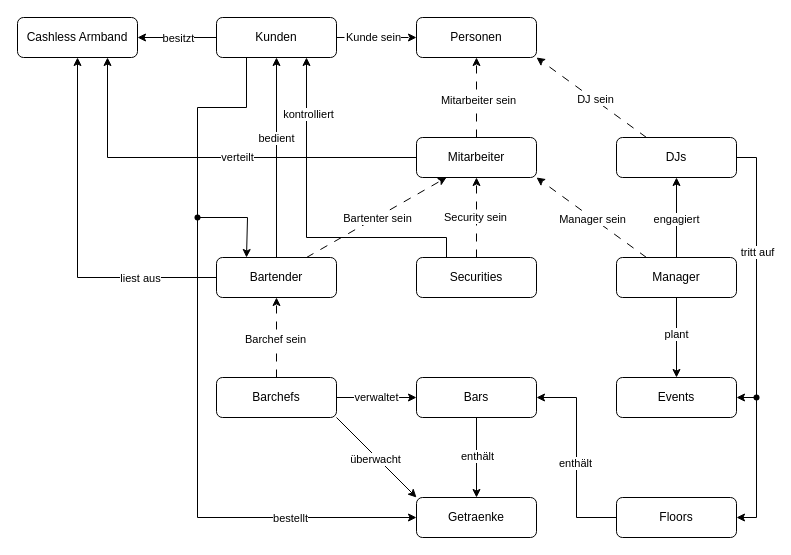
The draw.io diagram DBNachtclub.drawio in tobiasenger/zeichnungen, before the edit. Source tidied: cells renumbered, new cells numbered last; positions are measured from the earlier drawing's top-left corner, leaving out a move shared by most shapes. Both pictures are drawn from the tidied source at 100%, with x=0, y=0 at pixel (17, 17).
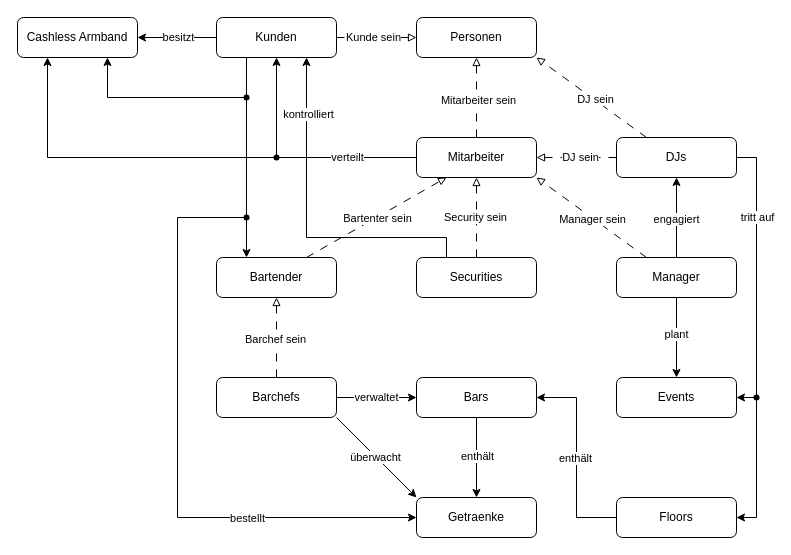
The same page after the edit.

Unchanged cells that the change refers to:
```xml
<mxCell id="2" value="Personen" style="rounded=1;whiteSpace=wrap;html=1;" parent="1" vertex="1">
  <mxGeometry x="399" width="120" height="40" as="geometry" />
</mxCell>
<mxCell id="5" style="edgeStyle=orthogonalEdgeStyle;rounded=0;jettySize=auto;html=1;exitX=0;exitY=0.5;exitDx=0;exitDy=0;entryX=1;entryY=0.5;entryDx=0;entryDy=0;" parent="1" edge="1" source="9" target="52">
  <mxGeometry relative="1" as="geometry" />
</mxCell>
<mxCell id="9" value="Kunden" style="rounded=1;whiteSpace=wrap;html=1;" parent="1" vertex="1">
  <mxGeometry x="199" width="120" height="40" as="geometry" />
</mxCell>
<mxCell id="16" value="Manager" style="rounded=1;whiteSpace=wrap;html=1;" parent="1" vertex="1">
  <mxGeometry x="599" y="240" width="120" height="40" as="geometry" />
</mxCell>
<mxCell id="21" value="Securities" style="rounded=1;whiteSpace=wrap;html=1;" parent="1" vertex="1">
  <mxGeometry x="399" y="240" width="120" height="40" as="geometry" />
</mxCell>
<mxCell id="26" value="Mitarbeiter" style="rounded=1;whiteSpace=wrap;html=1;" parent="1" vertex="1">
  <mxGeometry x="399" y="120" width="120" height="40" as="geometry" />
</mxCell>
<mxCell id="31" style="edgeStyle=orthogonalEdgeStyle;rounded=0;jettySize=auto;html=1;exitX=0;exitY=0.5;exitDx=0;exitDy=0;entryX=1;entryY=0.5;entryDx=0;entryDy=0;" parent="1" edge="1" source="33" target="29">
  <mxGeometry relative="1" as="geometry" />
</mxCell>
<mxCell id="34" style="edgeStyle=orthogonalEdgeStyle;rounded=0;jettySize=auto;html=1;exitX=1;exitY=0.5;exitDx=0;exitDy=0;entryX=1;entryY=0.5;entryDx=0;entryDy=0;" parent="1" edge="1" source="36" target="33">
  <mxGeometry relative="1" as="geometry" />
</mxCell>
<mxCell id="36" value="DJs" style="rounded=1;whiteSpace=wrap;html=1;" parent="1" vertex="1">
  <mxGeometry x="599" y="120" width="120" height="40" as="geometry" />
</mxCell>
<mxCell id="41" style="rounded=0;jettySize=auto;html=1;exitX=1;exitY=1;exitDx=0;exitDy=0;entryX=0;entryY=0;entryDx=0;entryDy=0;" parent="1" edge="1" source="43" target="44">
  <mxGeometry relative="1" as="geometry" />
</mxCell>
<mxCell id="43" value="Barchefs" style="rounded=1;whiteSpace=wrap;html=1;" parent="1" vertex="1">
  <mxGeometry x="199" y="360" width="120" height="40" as="geometry" />
</mxCell>
<mxCell id="44" value="Getraenke" style="rounded=1;whiteSpace=wrap;html=1;" parent="1" vertex="1">
  <mxGeometry x="399" y="480" width="120" height="40" as="geometry" />
</mxCell>
<mxCell id="49" value="Bartender" style="rounded=1;whiteSpace=wrap;html=1;" parent="1" vertex="1">
  <mxGeometry x="199" y="240" width="120" height="40" as="geometry" />
</mxCell>
<mxCell id="52" value="Cashless Armband" style="rounded=1;whiteSpace=wrap;html=1;" parent="1" vertex="1">
  <mxGeometry width="120" height="40" as="geometry" />
</mxCell>
```

Diff of the diagram source:
```diff
@@
-    <mxCell id="3" style="edgeStyle=orthogonalEdgeStyle;rounded=0;jettySize=auto;html=1;exitX=1;exitY=0.5;exitDx=0;exitDy=0;entryX=0;entryY=0.5;entryDx=0;entryDy=0;dashed=1;dashPattern=8 8;strokeWidth=1;" parent="1" edge="1" source="9" target="2">
+    <mxCell id="3" style="edgeStyle=orthogonalEdgeStyle;rounded=0;jettySize=auto;html=1;exitX=1;exitY=0.5;exitDx=0;exitDy=0;entryX=0;entryY=0.5;entryDx=0;entryDy=0;dashed=1;dashPattern=8 8;strokeWidth=1;endArrow=block;endFill=0;" parent="1" edge="1" source="9" target="2">
       <mxGeometry relative="1" as="geometry" />
     </mxCell>
@@
     <mxCell id="6" value="besitzt" style="edgeLabel;html=1;align=center;verticalAlign=middle;" parent="5" vertex="1">
       <mxGeometry x="0.09" y="2" relative="1" as="geometry">
-        <mxPoint x="4" y="-2" as="offset" />
+        <mxPoint x="4" y="-3" as="offset" />
       </mxGeometry>
     </mxCell>
-    <mxCell id="7" style="edgeStyle=orthogonalEdgeStyle;rounded=0;jettySize=auto;html=1;exitX=0.25;exitY=1;exitDx=0;exitDy=0;entryX=0;entryY=0.5;entryDx=0;entryDy=0;" parent="1" edge="1" source="9" target="44">
-      <mxGeometry relative="1" as="geometry">
-        <Array as="points">
-          <mxPoint x="229" y="90" />
-          <mxPoint x="180" y="90" />
-          <mxPoint x="180" y="500" />
-        </Array>
-      </mxGeometry>
-    </mxCell>
-    <mxCell id="8" value="bestellt" style="edgeLabel;html=1;align=center;verticalAlign=middle;" parent="7" vertex="1">
-      <mxGeometry x="0.65" y="-1" relative="1" as="geometry">
-        <mxPoint y="-1" as="offset" />
-      </mxGeometry>
-    </mxCell>
+    <mxCell id="60" style="edgeStyle=orthogonalEdgeStyle;rounded=0;jettySize=auto;html=1;exitX=0.25;exitY=1;exitDx=0;exitDy=0;entryX=0.25;entryY=0;entryDx=0;entryDy=0;" parent="1" edge="1" source="9" target="49">
+      <mxGeometry relative="1" as="geometry" />
+    </mxCell>
@@
-    <mxCell id="10" style="rounded=0;jettySize=auto;html=1;exitX=0.25;exitY=0;exitDx=0;exitDy=0;entryX=1;entryY=1;entryDx=0;entryDy=0;dashed=1;dashPattern=8 8;strokeWidth=1;" parent="1" edge="1" source="16" target="26">
+    <mxCell id="10" style="rounded=0;jettySize=auto;html=1;exitX=0.25;exitY=0;exitDx=0;exitDy=0;entryX=1;entryY=1;entryDx=0;entryDy=0;dashed=1;dashPattern=8 8;strokeWidth=1;endArrow=block;endFill=0;" parent="1" edge="1" source="16" target="26">
       <mxGeometry relative="1" as="geometry" />
     </mxCell>
@@
-    <mxCell id="17" style="edgeStyle=orthogonalEdgeStyle;rounded=0;jettySize=auto;html=1;exitX=0.5;exitY=0;exitDx=0;exitDy=0;entryX=0.5;entryY=1;entryDx=0;entryDy=0;dashed=1;dashPattern=8 8;strokeWidth=1;" parent="1" edge="1" source="21" target="26">
+    <mxCell id="17" style="edgeStyle=orthogonalEdgeStyle;rounded=0;jettySize=auto;html=1;exitX=0.5;exitY=0;exitDx=0;exitDy=0;entryX=0.5;entryY=1;entryDx=0;entryDy=0;dashed=1;dashPattern=8 8;strokeWidth=1;endArrow=block;endFill=0;" parent="1" edge="1" source="21" target="26">
       <mxGeometry relative="1" as="geometry">
         <Array as="points">
           <mxPoint x="459" y="200" />
           <mxPoint x="459" y="200" />
         </Array>
       </mxGeometry>
     </mxCell>
@@
-    <mxCell id="22" style="edgeStyle=orthogonalEdgeStyle;rounded=0;jettySize=auto;html=1;exitX=0.5;exitY=0;exitDx=0;exitDy=0;entryX=0.5;entryY=1;entryDx=0;entryDy=0;dashed=1;dashPattern=8 8;strokeWidth=1;" parent="1" edge="1" source="26" target="2">
+    <mxCell id="22" style="edgeStyle=orthogonalEdgeStyle;rounded=0;jettySize=auto;html=1;exitX=0.5;exitY=0;exitDx=0;exitDy=0;entryX=0.5;entryY=1;entryDx=0;entryDy=0;dashed=1;dashPattern=8 8;strokeWidth=1;endArrow=block;endFill=0;" parent="1" edge="1" source="26" target="2">
       <mxGeometry relative="1" as="geometry" />
     </mxCell>
@@
-    <mxCell id="24" style="edgeStyle=orthogonalEdgeStyle;rounded=0;jettySize=auto;html=1;exitX=0;exitY=0.5;exitDx=0;exitDy=0;entryX=0.75;entryY=1;entryDx=0;entryDy=0;" parent="1" edge="1" source="26" target="52">
+    <mxCell id="24" style="edgeStyle=orthogonalEdgeStyle;rounded=0;jettySize=auto;html=1;exitX=0;exitY=0.5;exitDx=0;exitDy=0;entryX=0.25;entryY=1;entryDx=0;entryDy=0;" parent="1" edge="1" source="26" target="52">
       <mxGeometry relative="1" as="geometry">
         <Array as="points">
-          <mxPoint x="90" y="140" />
+          <mxPoint x="30" y="140" />
         </Array>
       </mxGeometry>
     </mxCell>
     <mxCell id="25" value="verteilt" style="edgeLabel;html=1;align=center;verticalAlign=middle;" parent="24" vertex="1">
       <mxGeometry x="0.41" y="1" relative="1" as="geometry">
-        <mxPoint x="108" y="-2" as="offset" />
+        <mxPoint x="261" y="-2" as="offset" />
       </mxGeometry>
     </mxCell>
@@
     <mxCell id="32" value="enthält" style="edgeLabel;html=1;align=center;verticalAlign=middle;" parent="31" vertex="1">
       <mxGeometry x="-0.07" y="2" relative="1" as="geometry">
-        <mxPoint y="-2" as="offset" />
+        <mxPoint y="-7" as="offset" />
       </mxGeometry>
     </mxCell>
@@
     <mxCell id="35" value="tritt auf" style="edgeLabel;html=1;align=center;verticalAlign=middle;" parent="34" vertex="1">
       <mxGeometry x="-0.44" y="1" relative="1" as="geometry">
-        <mxPoint x="-1" y="2" as="offset" />
+        <mxPoint x="-1" y="-33" as="offset" />
       </mxGeometry>
     </mxCell>
@@
-    <mxCell id="37" style="edgeStyle=orthogonalEdgeStyle;rounded=0;jettySize=auto;html=1;exitX=0.5;exitY=0;exitDx=0;exitDy=0;entryX=0.5;entryY=1;entryDx=0;entryDy=0;dashed=1;dashPattern=8 8;strokeWidth=1;" parent="1" edge="1" source="43" target="49">
+    <mxCell id="37" style="edgeStyle=orthogonalEdgeStyle;rounded=0;jettySize=auto;html=1;exitX=0.5;exitY=0;exitDx=0;exitDy=0;entryX=0.5;entryY=1;entryDx=0;entryDy=0;dashed=1;dashPattern=8 8;strokeWidth=1;endArrow=block;endFill=0;" parent="1" edge="1" source="43" target="49">
       <mxGeometry relative="1" as="geometry" />
     </mxCell>
@@
     <mxCell id="42" value="überwacht" style="edgeLabel;html=1;align=center;verticalAlign=middle;" parent="41" vertex="1">
       <mxGeometry y="-1" relative="1" as="geometry">
-        <mxPoint x="-1" as="offset" />
+        <mxPoint x="-1" y="-2" as="offset" />
       </mxGeometry>
     </mxCell>
@@
-    <mxCell id="45" style="edgeStyle=orthogonalEdgeStyle;rounded=0;jettySize=auto;html=1;exitX=0.5;exitY=0;exitDx=0;exitDy=0;entryX=0.5;entryY=1;entryDx=0;entryDy=0;" parent="1" edge="1" source="49" target="9">
-      <mxGeometry relative="1" as="geometry" />
-    </mxCell>
-    <mxCell id="46" value="bedient" style="edgeLabel;html=1;align=center;verticalAlign=middle;" parent="45" vertex="1">
-      <mxGeometry x="0.02" y="1" relative="1" as="geometry">
-        <mxPoint y="-18" as="offset" />
-      </mxGeometry>
-    </mxCell>
-    <mxCell id="47" style="edgeStyle=orthogonalEdgeStyle;rounded=0;jettySize=auto;html=1;exitX=0;exitY=0.5;exitDx=0;exitDy=0;entryX=0.5;entryY=1;entryDx=0;entryDy=0;" parent="1" edge="1" source="49" target="52">
-      <mxGeometry relative="1" as="geometry">
-        <Array as="points">
-          <mxPoint x="60" y="260" />
-        </Array>
-      </mxGeometry>
-    </mxCell>
-    <mxCell id="48" value="liest aus" style="edgeLabel;html=1;align=center;verticalAlign=middle;" parent="47" vertex="1">
-      <mxGeometry x="-0.57" relative="1" as="geometry" />
-    </mxCell>
@@
-    <mxCell id="50" style="rounded=0;jettySize=auto;html=1;exitX=0.75;exitY=0;exitDx=0;exitDy=0;entryX=0.25;entryY=1;entryDx=0;entryDy=0;dashed=1;dashPattern=8 8;strokeWidth=1;" parent="1" edge="1" source="49" target="26">
+    <mxCell id="50" style="rounded=0;jettySize=auto;html=1;exitX=0.75;exitY=0;exitDx=0;exitDy=0;entryX=0.25;entryY=1;entryDx=0;entryDy=0;dashed=1;dashPattern=8 8;strokeWidth=1;endArrow=block;endFill=0;" parent="1" edge="1" source="49" target="26">
       <mxGeometry relative="1" as="geometry" />
     </mxCell>
@@
-    <mxCell id="53" style="rounded=0;jettySize=auto;html=1;exitX=0.25;exitY=0;exitDx=0;exitDy=0;entryX=1;entryY=1;entryDx=0;entryDy=0;dashed=1;dashPattern=8 8;strokeWidth=1;" parent="1" edge="1" source="36" target="2">
+    <mxCell id="53" style="rounded=0;jettySize=auto;html=1;exitX=0.25;exitY=0;exitDx=0;exitDy=0;entryX=1;entryY=1;entryDx=0;entryDy=0;dashed=1;dashPattern=8 8;strokeWidth=1;endArrow=block;endFill=0;" parent="1" edge="1" source="36" target="2">
       <mxGeometry relative="1" as="geometry" />
     </mxCell>
@@
-    <mxCell id="55" style="endArrow=classic;html=1;rounded=0;entryX=0.25;entryY=0;entryDx=0;entryDy=0;" parent="1" edge="1" target="49">
-      <mxGeometry relative="1" as="geometry">
-        <mxPoint x="180" y="200" as="sourcePoint" />
-        <Array as="points">
-          <mxPoint x="230" y="200" />
-        </Array>
-      </mxGeometry>
-    </mxCell>
@@
-    <mxCell id="59" style="shape=waypoint;sketch=0;fillStyle=solid;size=6;fillColor=none;perimeter=centerPerimeter;" parent="1" vertex="1">
-      <mxGeometry x="170" y="190" width="20" height="20" as="geometry" />
-    </mxCell>
+    <mxCell id="61" style="shape=waypoint;sketch=0;fillStyle=solid;size=6;points=[];fillColor=none;perimeter=centerPerimeter;snapToPoint=1;" parent="1" vertex="1">
+      <mxGeometry x="219" y="70" width="20" height="20" as="geometry" />
+    </mxCell>
+    <mxCell id="62" style="shape=waypoint;sketch=0;fillStyle=solid;size=6;points=[];fillColor=none;perimeter=centerPerimeter;snapToPoint=1;" parent="1" vertex="1">
+      <mxGeometry x="219" y="190" width="20" height="20" as="geometry" />
+    </mxCell>
+    <mxCell id="63" style="endArrow=classic;html=1;rounded=0;exitX=0.15;exitY=0.5;exitDx=0;exitDy=0;exitPerimeter=0;entryX=0;entryY=0.5;entryDx=0;entryDy=0;edgeStyle=orthogonalEdgeStyle;" parent="1" edge="1" source="62" target="44">
+      <mxGeometry relative="1" as="geometry">
+        <Array as="points">
+          <mxPoint x="160" y="200" />
+          <mxPoint x="160" y="500" />
+        </Array>
+      </mxGeometry>
+    </mxCell>
+    <mxCell id="8" value="bestellt" style="edgeLabel;html=1;align=center;verticalAlign=middle;" parent="63" vertex="1">
+      <mxGeometry x="0.44" y="-1" relative="1" as="geometry">
+        <mxPoint y="-1" as="offset" />
+      </mxGeometry>
+    </mxCell>
+    <mxCell id="64" style="endArrow=classic;html=1;rounded=0;exitX=0.1;exitY=0.5;exitDx=0;exitDy=0;exitPerimeter=0;entryX=0.75;entryY=1;entryDx=0;entryDy=0;edgeStyle=orthogonalEdgeStyle;" parent="1" edge="1" source="61" target="52">
+      <mxGeometry relative="1" as="geometry" />
+    </mxCell>
+    <mxCell id="65" style="rounded=0;jettySize=auto;html=1;exitX=0;exitY=0.5;exitDx=0;exitDy=0;entryX=1;entryY=0.5;entryDx=0;entryDy=0;dashed=1;dashPattern=8 8;strokeWidth=1;endArrow=block;endFill=0;" parent="1" edge="1" source="36" target="26">
+      <mxGeometry relative="1" as="geometry" />
+    </mxCell>
+    <mxCell id="66" value="DJ sein" style="edgeLabel;html=1;align=center;verticalAlign=middle;" parent="65" vertex="1">
+      <mxGeometry x="-0.01" y="1" relative="1" as="geometry">
+        <mxPoint x="3" y="-2" as="offset" />
+      </mxGeometry>
+    </mxCell>
+    <mxCell id="67" style="shape=waypoint;sketch=0;fillStyle=solid;size=6;points=[];fillColor=none;perimeter=centerPerimeter;snapToPoint=1;" parent="1" vertex="1">
+      <mxGeometry x="249" y="130" width="20" height="20" as="geometry" />
+    </mxCell>
+    <mxCell id="68" style="endArrow=classic;html=1;rounded=0;entryX=0.5;entryY=1;entryDx=0;entryDy=0;" parent="1" edge="1" source="67" target="9">
+      <mxGeometry relative="1" as="geometry" />
+    </mxCell>
```
